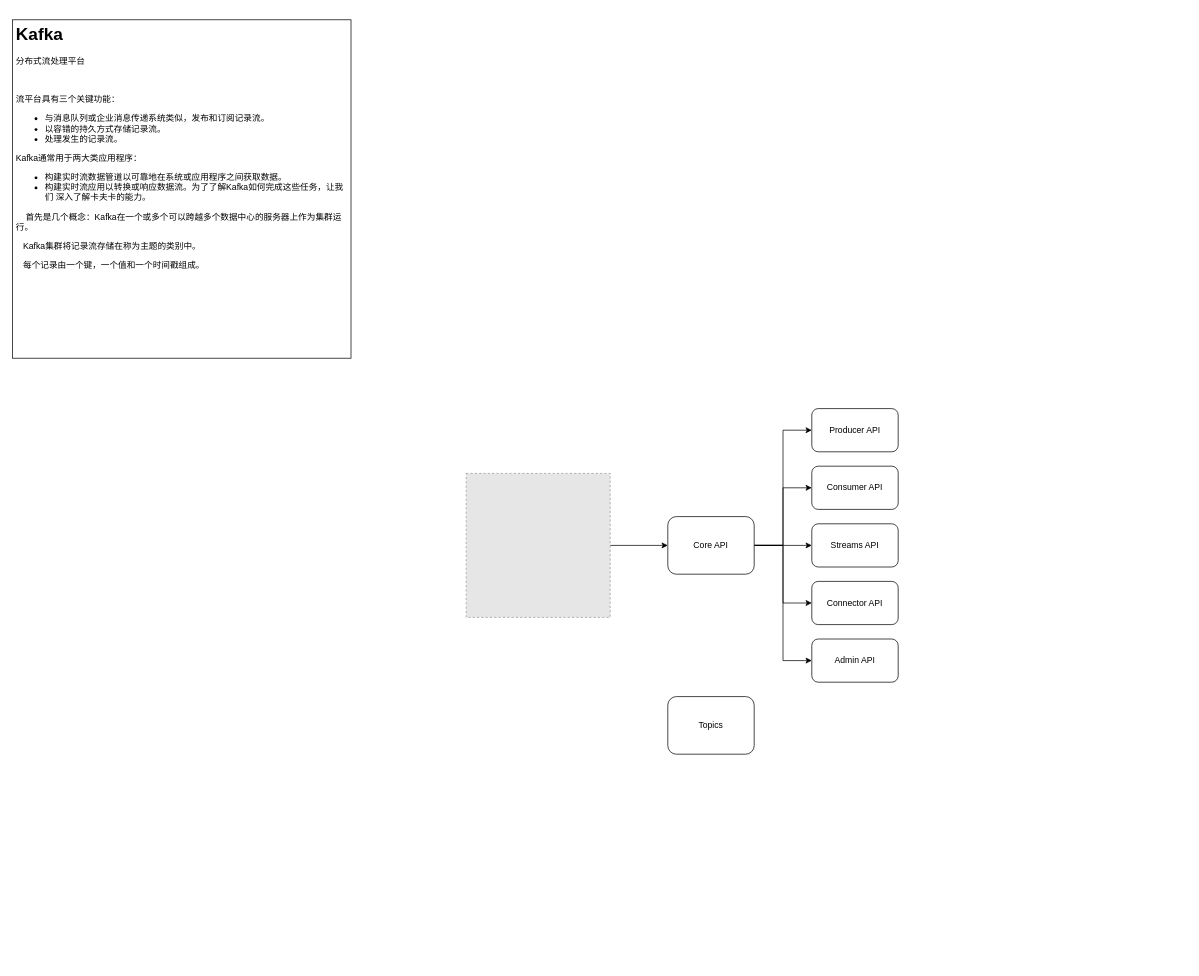
Earlier version of the draw.io diagram Kafka.drawio (bayern01kahn/Tech_Diagrams). Source tidied: cells renumbered, new cells numbered last; positions are measured from the earlier drawing's top-left corner, leaving out a move shared by most shapes. Both pictures are drawn from the tidied source at 72%, with x=0, y=0 at pixel (12, 19). Pictures stored in the file or linked from it are replaced by grey dashed boxes.
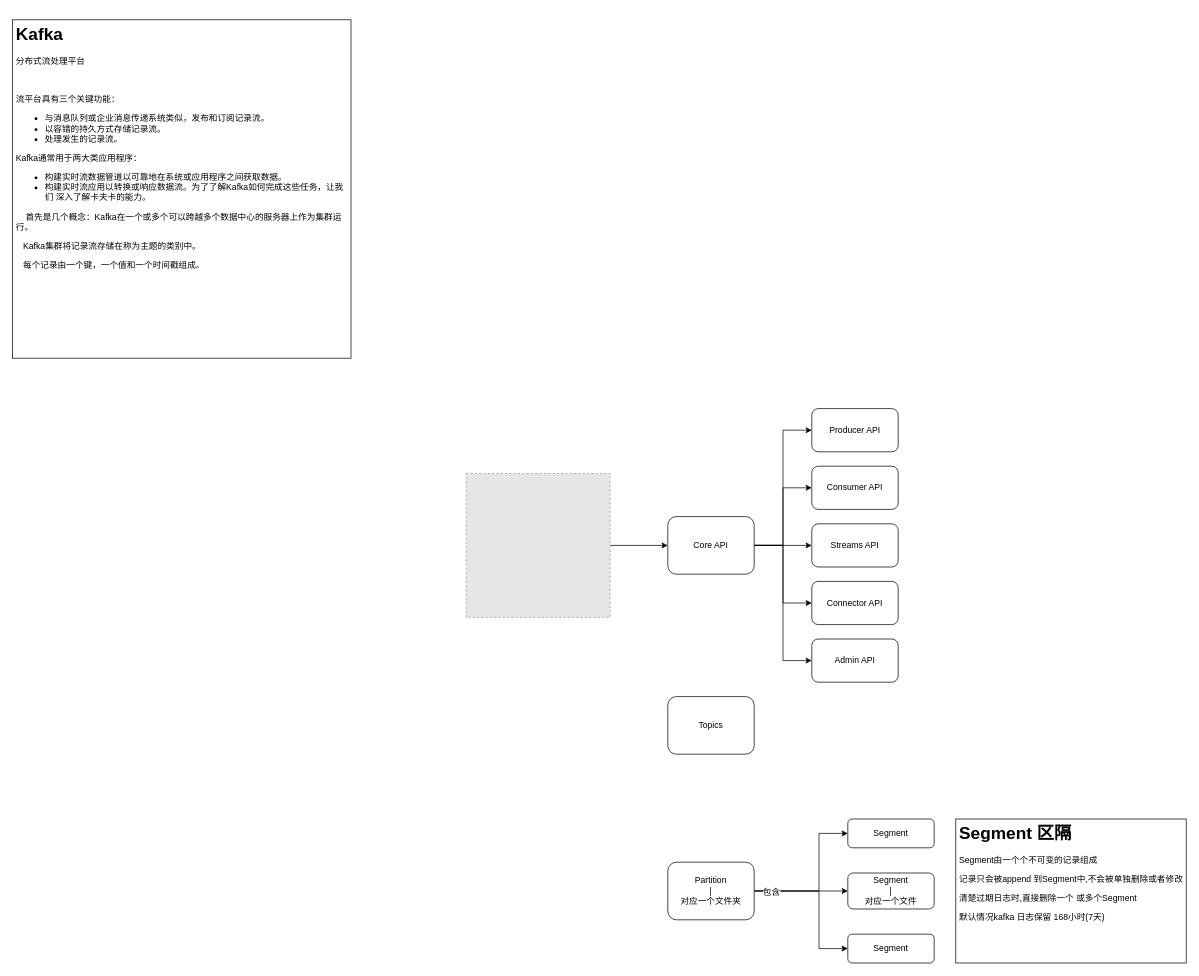
The same diagram, later.

Diff of the diagram source:
```diff
@@
-    <mxCell id="2" value="&lt;h1&gt;Kafka&lt;/h1&gt;&lt;p&gt;分布式流处理平台&lt;/p&gt;&lt;p&gt;&lt;br&gt;&lt;/p&gt;&lt;p&gt;流平台具有三个关键功能：&lt;/p&gt;&lt;p&gt;&lt;ul&gt;&lt;li&gt;与消息队列或企业消息传递系统类似，发布和订阅记录流。&lt;/li&gt;&lt;li&gt;以容错的持久方式存储记录流。&lt;/li&gt;&lt;li&gt;处理发生的记录流。&lt;/li&gt;&lt;/ul&gt;&lt;/p&gt;&lt;p&gt;Kafka通常用于两大类应用程序：&lt;/p&gt;&lt;p&gt;&lt;ul&gt;&lt;li&gt;构建实时流数据管道以可靠地在系统或应用程序之间获取数据。&lt;/li&gt;&lt;li&gt;构建实时流应用以转换或响应数据流。为了了解Kafka如何完成这些任务，让我们 深入了解卡夫卡的能力。&lt;/li&gt;&lt;/ul&gt;&lt;/p&gt;&lt;p&gt;&amp;nbsp; &amp;nbsp; 首先是几个概念：Kafka在一个或多个可以跨越多个数据中心的服务器上作为集群运行。&lt;/p&gt;&lt;p&gt;&amp;nbsp; &amp;nbsp;Kafka集群将记录流存储在称为主题的类别中。&lt;/p&gt;&lt;p&gt;&amp;nbsp; &amp;nbsp;每个记录由一个键，一个值和一个时间戳组成。&lt;/p&gt;" style="text;html=1;strokeColor=#000000;fillColor=none;spacing=5;spacingTop=-20;whiteSpace=wrap;overflow=hidden;rounded=0;" parent="1" vertex="1">
+    <mxCell id="2" value="&lt;h1&gt;Kafka&lt;/h1&gt;&lt;p&gt;分布式流处理平台&lt;/p&gt;&lt;p&gt;&lt;br&gt;&lt;/p&gt;&lt;p&gt;流平台具有三个关键功能：&lt;/p&gt;&lt;p&gt;&lt;/p&gt;&lt;ul&gt;&lt;li&gt;与消息队列或企业消息传递系统类似，发布和订阅记录流。&lt;/li&gt;&lt;li&gt;以容错的持久方式存储记录流。&lt;/li&gt;&lt;li&gt;处理发生的记录流。&lt;/li&gt;&lt;/ul&gt;&lt;p&gt;&lt;/p&gt;&lt;p&gt;Kafka通常用于两大类应用程序：&lt;/p&gt;&lt;p&gt;&lt;/p&gt;&lt;ul&gt;&lt;li&gt;构建实时流数据管道以可靠地在系统或应用程序之间获取数据。&lt;/li&gt;&lt;li&gt;构建实时流应用以转换或响应数据流。为了了解Kafka如何完成这些任务，让我们 深入了解卡夫卡的能力。&lt;/li&gt;&lt;/ul&gt;&lt;p&gt;&lt;/p&gt;&lt;p&gt;&amp;nbsp; &amp;nbsp; 首先是几个概念：Kafka在一个或多个可以跨越多个数据中心的服务器上作为集群运行。&lt;/p&gt;&lt;p&gt;&amp;nbsp; &amp;nbsp;Kafka集群将记录流存储在称为主题的类别中。&lt;/p&gt;&lt;p&gt;&amp;nbsp; &amp;nbsp;每个记录由一个键，一个值和一个时间戳组成。&lt;/p&gt;&lt;p&gt;&lt;br&gt;&lt;/p&gt;&lt;p&gt;&lt;br&gt;&lt;/p&gt;&lt;p&gt;&lt;br&gt;&lt;/p&gt;" style="text;html=1;strokeColor=#000000;fillColor=none;spacing=5;spacingTop=-20;whiteSpace=wrap;overflow=hidden;rounded=0;" parent="1" vertex="1">
       <mxGeometry width="470" height="470" as="geometry" />
     </mxCell>
@@
+    <mxCell id="17" style="edgeStyle=orthogonalEdgeStyle;rounded=0;jettySize=auto;html=1;exitX=1;exitY=0.5;exitDx=0;exitDy=0;entryX=0;entryY=0.5;entryDx=0;entryDy=0;" parent="1" edge="1" source="21" target="23">
+      <mxGeometry relative="1" as="geometry" />
+    </mxCell>
+    <mxCell id="18" style="edgeStyle=orthogonalEdgeStyle;rounded=0;jettySize=auto;html=1;exitX=1;exitY=0.5;exitDx=0;exitDy=0;entryX=0;entryY=0.5;entryDx=0;entryDy=0;" parent="1" edge="1" source="21" target="22">
+      <mxGeometry relative="1" as="geometry">
+        <Array as="points">
+          <mxPoint x="1120" y="1210" />
+          <mxPoint x="1120" y="1130" />
+        </Array>
+      </mxGeometry>
+    </mxCell>
+    <mxCell id="19" style="edgeStyle=orthogonalEdgeStyle;rounded=0;jettySize=auto;html=1;exitX=1;exitY=0.5;exitDx=0;exitDy=0;entryX=0;entryY=0.5;entryDx=0;entryDy=0;" parent="1" edge="1" source="21" target="24">
+      <mxGeometry relative="1" as="geometry">
+        <Array as="points">
+          <mxPoint x="1120" y="1210" />
+          <mxPoint x="1120" y="1290" />
+        </Array>
+      </mxGeometry>
+    </mxCell>
+    <mxCell id="20" value="包含" style="text;html=1;align=center;verticalAlign=middle;labelBackgroundColor=#ffffff;" parent="19" vertex="1">
+      <mxGeometry x="-0.78" y="-1" relative="1" as="geometry" />
+    </mxCell>
+    <mxCell id="21" value="Partition&lt;br&gt;|&lt;br&gt;对应一个文件夹" style="rounded=1;whiteSpace=wrap;html=1;" parent="1" vertex="1">
+      <mxGeometry x="910" y="1170" width="120" height="80" as="geometry" />
+    </mxCell>
+    <mxCell id="22" value="Segment&lt;br&gt;" style="rounded=1;whiteSpace=wrap;html=1;" parent="1" vertex="1">
+      <mxGeometry x="1160" y="1110" width="120" height="40" as="geometry" />
+    </mxCell>
+    <mxCell id="23" value="Segment&lt;br&gt;|&lt;br&gt;对应一个文件" style="rounded=1;whiteSpace=wrap;html=1;" parent="1" vertex="1">
+      <mxGeometry x="1160" y="1185" width="120" height="50" as="geometry" />
+    </mxCell>
+    <mxCell id="24" value="Segment" style="rounded=1;whiteSpace=wrap;html=1;" parent="1" vertex="1">
+      <mxGeometry x="1160" y="1270" width="120" height="40" as="geometry" />
+    </mxCell>
+    <mxCell id="25" value="&lt;h1&gt;Segment 区隔&lt;/h1&gt;&lt;p&gt;Segment由一个个不可变的记录组成&lt;/p&gt;&lt;p&gt;记录只会被append 到Segment中,不会被单独删除或者修改&lt;/p&gt;&lt;p&gt;清楚过期日志时,直接删除一个 或多个Segment&lt;/p&gt;&lt;p&gt;默认情况kafka 日志保留 168小时(7天)&lt;/p&gt;" style="text;html=1;strokeColor=#000000;fillColor=none;spacing=5;spacingTop=-20;whiteSpace=wrap;overflow=hidden;rounded=0;" parent="1" vertex="1">
+      <mxGeometry x="1310" y="1110" width="320" height="200" as="geometry" />
+    </mxCell>
```
